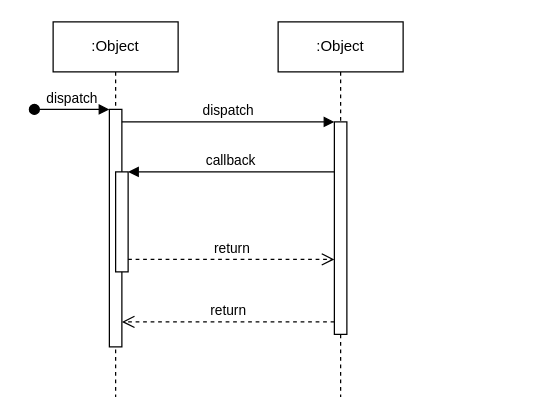
dxin66/draw-files keeps this draw.io diagram as 未命名绘图.drawio. Above is the earlier version. Source tidied: cells renumbered, new cells numbered last; positions are measured from the earlier drawing's top-left corner, leaving out a move shared by most shapes. Both pictures are drawn from the tidied source at 125%, with x=0, y=0 at pixel (34, 21).
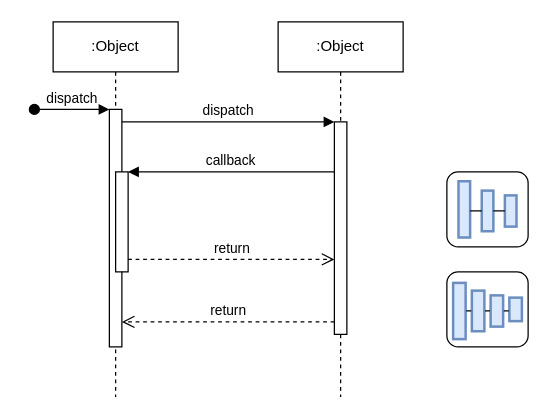
After the change.

Commit message (it also covers changes not shown here):
更新未命名绘图.drawio

What changed in the source:
```diff
@@
+    <mxCell id="12" style="group;rotation=90;" parent="1" vertex="1">
+      <mxGeometry x="330" y="120" width="65" height="60" as="geometry" />
+    </mxCell>
+    <mxCell id="13" style="rounded=1;whiteSpace=wrap;html=1;" parent="12" vertex="1">
+      <mxGeometry width="65" height="60" as="geometry" />
+    </mxCell>
+    <mxCell id="14" style="html=1;perimeter=orthogonalPerimeter;targetShapes=umlLifeline;newEdgeStyle={&quot;curved&quot;:0,&quot;rounded&quot;:0};fillColor=#dae8fc;strokeColor=#6c8ebf;strokeWidth=2;" parent="12" vertex="1">
+      <mxGeometry x="9.3" y="7.5" width="9.3" height="45" as="geometry" />
+    </mxCell>
+    <mxCell id="15" style="html=1;perimeter=orthogonalPerimeter;targetShapes=umlLifeline;newEdgeStyle={&quot;curved&quot;:0,&quot;rounded&quot;:0};fillColor=#dae8fc;strokeColor=#6c8ebf;strokeWidth=2;" parent="12" vertex="1">
+      <mxGeometry x="27.9" y="15" width="9.3" height="32.5" as="geometry" />
+    </mxCell>
+    <mxCell id="16" style="html=1;perimeter=orthogonalPerimeter;targetShapes=umlLifeline;newEdgeStyle={&quot;curved&quot;:0,&quot;rounded&quot;:0};fillColor=#dae8fc;strokeColor=#6c8ebf;strokeWidth=2;" parent="12" vertex="1">
+      <mxGeometry x="46.4" y="18.8" width="9.3" height="25" as="geometry" />
+    </mxCell>
+    <mxCell id="17" style="line;strokeWidth=1;dashed=0;labelPosition=right;align=left;verticalAlign=middle;spacingTop=0;spacingLeft=6;" parent="12" vertex="1">
+      <mxGeometry x="18.6" y="26.2" width="9.3" height="10" as="geometry" />
+    </mxCell>
+    <mxCell id="18" style="line;strokeWidth=1;dashed=0;labelPosition=right;align=left;verticalAlign=middle;spacingTop=0;spacingLeft=6;" parent="12" vertex="1">
+      <mxGeometry x="37.1" y="26.2" width="9.3" height="10" as="geometry" />
+    </mxCell>
+    <mxCell id="19" style="rounded=1;whiteSpace=wrap;html=1;" parent="1" vertex="1">
+      <mxGeometry x="330" y="200" width="65" height="60" as="geometry" />
+    </mxCell>
+    <mxCell id="20" style="html=1;perimeter=orthogonalPerimeter;targetShapes=umlLifeline;newEdgeStyle={&quot;curved&quot;:0,&quot;rounded&quot;:0};fillColor=#dae8fc;strokeColor=#6c8ebf;strokeWidth=2;" parent="1" vertex="1">
+      <mxGeometry x="335" y="208.8" width="10" height="45" as="geometry" />
+    </mxCell>
+    <mxCell id="21" style="html=1;perimeter=orthogonalPerimeter;targetShapes=umlLifeline;newEdgeStyle={&quot;curved&quot;:0,&quot;rounded&quot;:0};fillColor=#dae8fc;strokeColor=#6c8ebf;strokeWidth=2;" parent="1" vertex="1">
+      <mxGeometry x="350" y="215" width="10" height="32.5" as="geometry" />
+    </mxCell>
+    <mxCell id="22" style="html=1;perimeter=orthogonalPerimeter;targetShapes=umlLifeline;newEdgeStyle={&quot;curved&quot;:0,&quot;rounded&quot;:0};fillColor=#dae8fc;strokeColor=#6c8ebf;strokeWidth=2;" parent="1" vertex="1">
+      <mxGeometry x="365" y="218.8" width="10" height="25" as="geometry" />
+    </mxCell>
+    <mxCell id="23" style="html=1;perimeter=orthogonalPerimeter;targetShapes=umlLifeline;newEdgeStyle={&quot;curved&quot;:0,&quot;rounded&quot;:0};fillColor=#dae8fc;strokeColor=#6c8ebf;strokeWidth=2;" parent="1" vertex="1">
+      <mxGeometry x="380" y="220.6" width="10" height="18.8" as="geometry" />
+    </mxCell>
+    <mxCell id="24" style="line;strokeWidth=1;fillColor=none;align=left;verticalAlign=middle;spacingTop=-1;spacingLeft=3;spacingRight=3;labelPosition=right;strokeColor=inherit;" parent="1" vertex="1">
+      <mxGeometry x="345.5" y="227.2" width="4" height="8" as="geometry" />
+    </mxCell>
+    <mxCell id="25" style="line;strokeWidth=1;fillColor=none;align=left;verticalAlign=middle;spacingTop=-1;spacingLeft=3;spacingRight=3;labelPosition=right;strokeColor=inherit;" parent="1" vertex="1">
+      <mxGeometry x="360.5" y="227.2" width="4" height="8" as="geometry" />
+    </mxCell>
+    <mxCell id="26" style="line;strokeWidth=1;fillColor=none;align=left;verticalAlign=middle;spacingTop=-1;spacingLeft=3;spacingRight=3;labelPosition=right;strokeColor=inherit;" parent="1" vertex="1">
+      <mxGeometry x="375.5" y="227.2" width="4" height="8" as="geometry" />
+    </mxCell>
```
